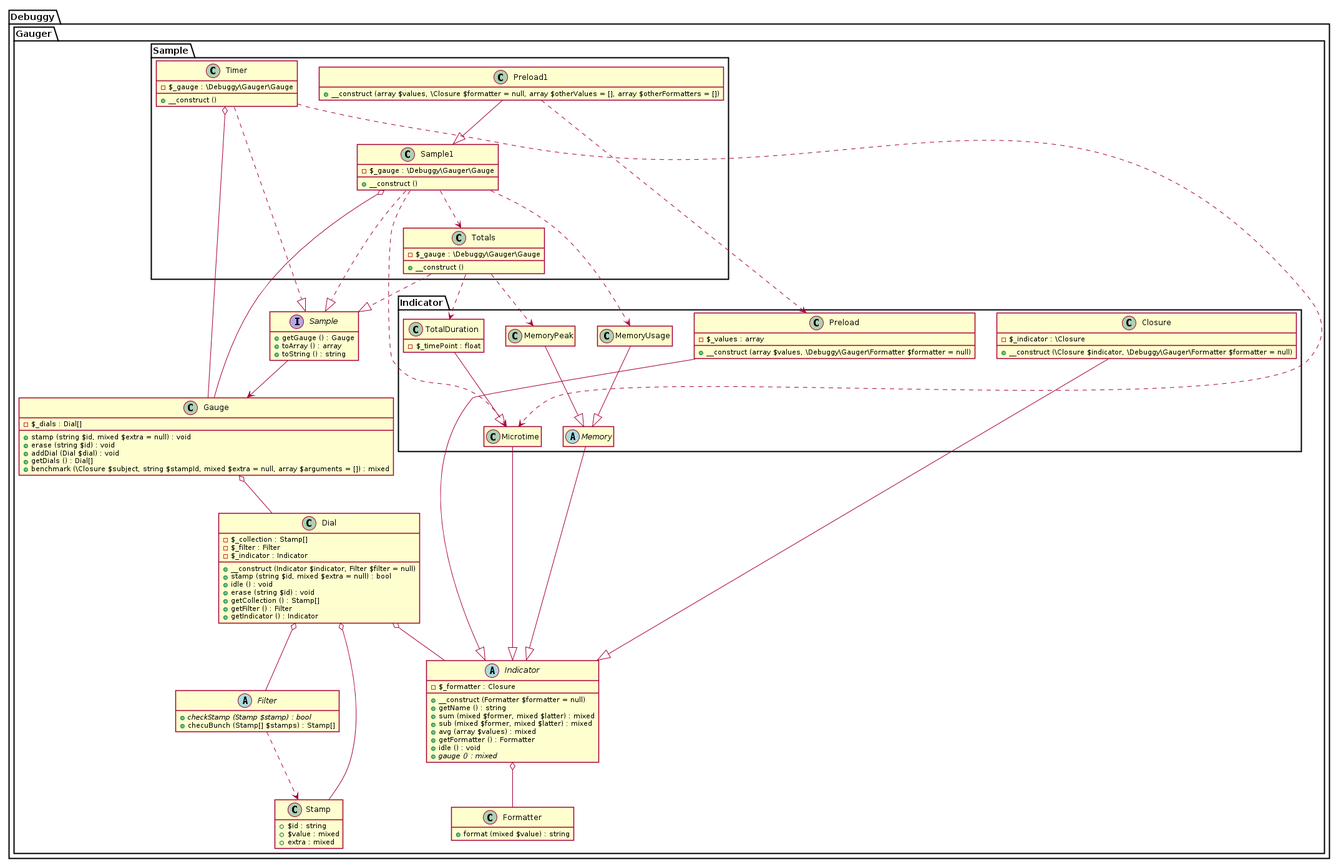
Before: uml/plantuml/samples.png, a diagram exported from PlantUML (dnsl48/gauger).
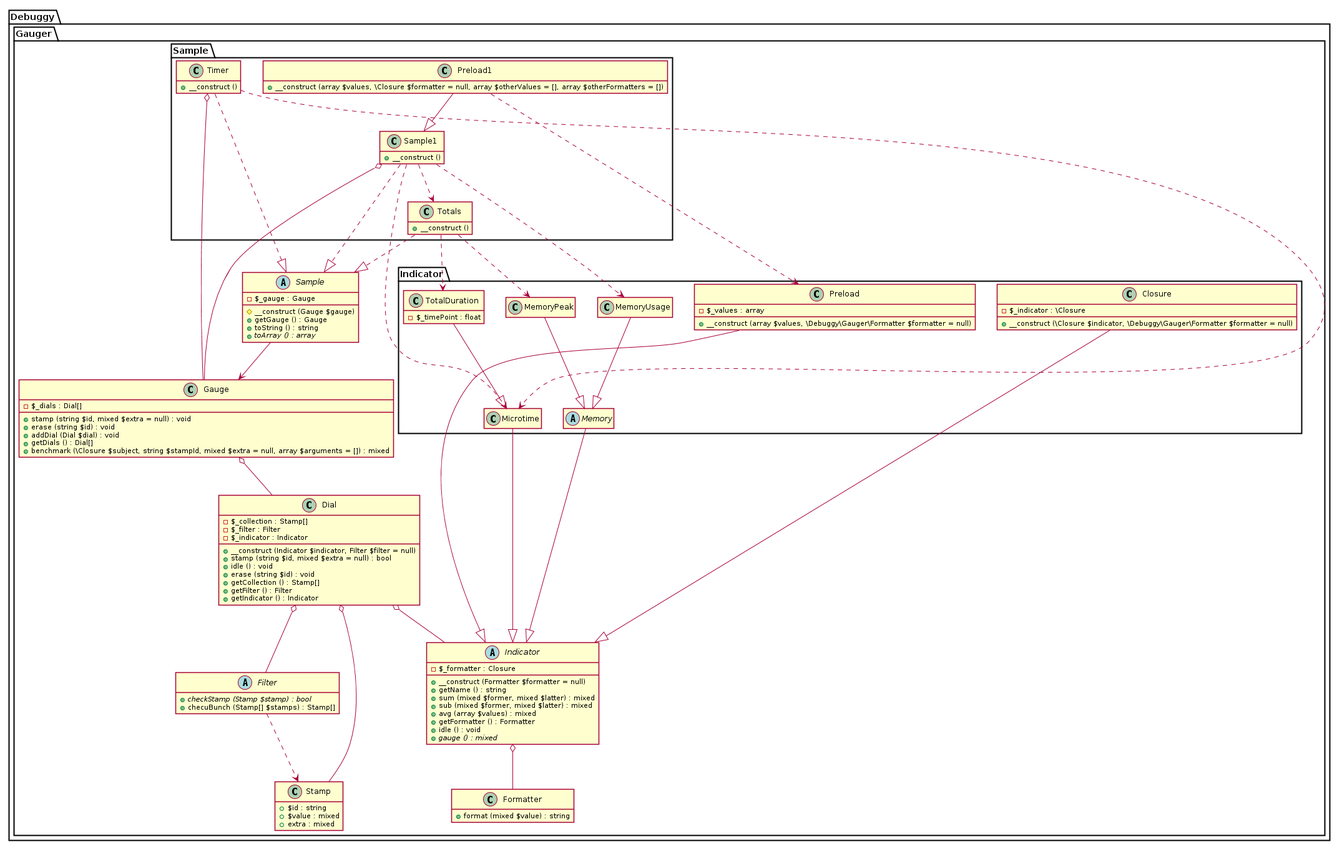
The same diagram one commit later.

Commit message:
Fix UML (samples); Add Presenter::Txt afterline PHP_EOL

Diff of the diagram source:
```diff
@@ -130,10 +130,12 @@
 
 package Debuggy {
 	namespace Gauger {
-		interface "Sample" as _Sample {
+		abstract class "Sample" as _Sample {
+			- $_gauge : Gauge
+			# __construct (Gauge $gauge)
 			+ getGauge () : Gauge
-			+ toArray () : array
 			+ toString () : string
+			+ {abstract} toArray () : array
 		}
 
 		_Sample --> Gauge
@@ -200,7 +202,6 @@
 	namespace Gauger {
 		namespace Sample {
 			class Totals {
-				- $_gauge : \Debuggy\Gauger\Gauge
 				+ __construct ()
 			}
 
@@ -210,7 +211,6 @@
 
 
 			class Sample1 {
-				- $_gauge : \Debuggy\Gauger\Gauge
 				+ __construct ()
 			}
 
@@ -230,7 +230,6 @@
 
 
 			class Timer {
-				- $_gauge : \Debuggy\Gauger\Gauge
 				+ __construct ()
 			}
 
```
